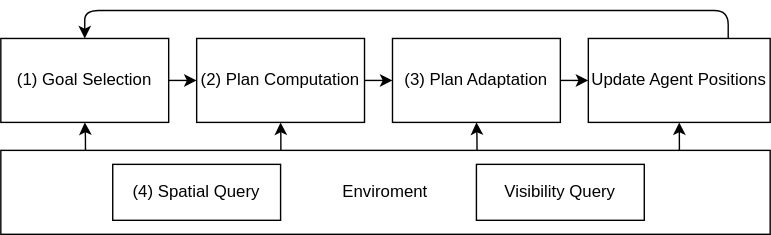
Before: img/menge_architecture.drawio.svg, a diagram exported from draw.io (Project-Mastery/thesis). Source tidied: cells renumbered, new cells last; positions are measured from the earlier drawing's top-left corner, leaving out a move shared by most shapes. The source it was exported from:
```xml
<mxGraphModel>
  <root>
    <mxCell id="0" />
    <mxCell id="1" parent="0" />
    <mxCell id="2" style="edgeStyle=none;html=1;" parent="1" edge="1" source="3" target="5">
      <mxGeometry relative="1" as="geometry" />
    </mxCell>
    <mxCell id="3" value="(1) Goal Selection" style="rounded=0;whiteSpace=wrap;html=1;" parent="1" vertex="1">
      <mxGeometry y="20" width="120" height="60" as="geometry" />
    </mxCell>
    <mxCell id="4" style="edgeStyle=none;html=1;" parent="1" edge="1" source="5" target="7">
      <mxGeometry relative="1" as="geometry" />
    </mxCell>
    <mxCell id="5" value="(2) Plan Computation" style="rounded=0;whiteSpace=wrap;html=1;" parent="1" vertex="1">
      <mxGeometry x="140" y="20" width="120" height="60" as="geometry" />
    </mxCell>
    <mxCell id="6" style="edgeStyle=none;html=1;" parent="1" edge="1" source="7" target="15">
      <mxGeometry relative="1" as="geometry" />
    </mxCell>
    <mxCell id="7" value="(3) Plan Adaptation" style="rounded=0;whiteSpace=wrap;html=1;" parent="1" vertex="1">
      <mxGeometry x="280" y="20" width="120" height="60" as="geometry" />
    </mxCell>
    <mxCell id="8" style="edgeStyle=orthogonalEdgeStyle;html=1;exitX=0.11;exitY=0.038;exitDx=0;exitDy=0;exitPerimeter=0;" parent="1" edge="1" source="12" target="3">
      <mxGeometry relative="1" as="geometry" />
    </mxCell>
    <mxCell id="9" style="edgeStyle=orthogonalEdgeStyle;html=1;exitX=0.364;exitY=0.001;exitDx=0;exitDy=0;exitPerimeter=0;" parent="1" edge="1" source="12" target="5">
      <mxGeometry relative="1" as="geometry" />
    </mxCell>
    <mxCell id="10" style="edgeStyle=orthogonalEdgeStyle;html=1;exitX=0.619;exitY=0.02;exitDx=0;exitDy=0;exitPerimeter=0;" parent="1" edge="1" source="12" target="7">
      <mxGeometry relative="1" as="geometry" />
    </mxCell>
    <mxCell id="11" style="edgeStyle=orthogonalEdgeStyle;html=1;exitX=0.882;exitY=0.01;exitDx=0;exitDy=0;exitPerimeter=0;" parent="1" edge="1" source="12" target="15">
      <mxGeometry relative="1" as="geometry" />
    </mxCell>
    <mxCell id="12" value="Enviroment" style="rounded=0;whiteSpace=wrap;html=1;" parent="1" vertex="1">
      <mxGeometry y="100" width="550" height="60" as="geometry" />
    </mxCell>
    <mxCell id="13" value="(4) Spatial Query" style="rounded=0;whiteSpace=wrap;html=1;" parent="1" vertex="1">
      <mxGeometry x="80" y="110" width="120" height="40" as="geometry" />
    </mxCell>
    <mxCell id="14" style="edgeStyle=orthogonalEdgeStyle;html=1;" parent="1" edge="1" source="15" target="3">
      <mxGeometry relative="1" as="geometry">
        <Array as="points">
          <mxPoint x="520" />
          <mxPoint x="60" />
        </Array>
      </mxGeometry>
    </mxCell>
    <mxCell id="15" value="Update Agent Positions" style="rounded=0;whiteSpace=wrap;html=1;" parent="1" vertex="1">
      <mxGeometry x="420" y="20" width="130" height="60" as="geometry" />
    </mxCell>
    <mxCell id="16" value="Visibility Query" style="rounded=0;whiteSpace=wrap;html=1;" parent="1" vertex="1">
      <mxGeometry x="340" y="110" width="120" height="40" as="geometry" />
    </mxCell>
  </root>
</mxGraphModel>
```
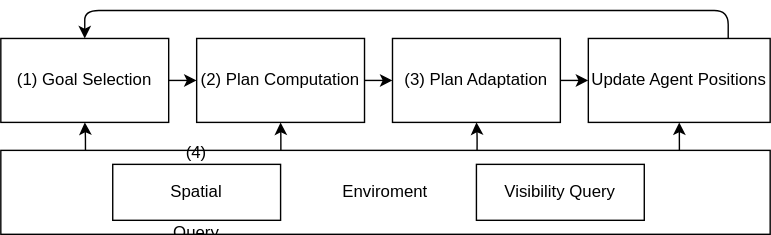
After the change.

Change to the diagram source:
```diff
@@ -35,7 +35,7 @@
     <mxCell id="12" value="Enviroment" style="rounded=0;whiteSpace=wrap;html=1;" parent="1" vertex="1">
       <mxGeometry y="100" width="550" height="60" as="geometry" />
     </mxCell>
-    <mxCell id="13" value="(4) Spatial Query" style="rounded=0;whiteSpace=wrap;html=1;" parent="1" vertex="1">
+    <mxCell id="13" value="(4)&amp;nbsp;&lt;span style=&quot;white-space-collapse: preserve;&quot;&gt;Spatial&lt;/span&gt;&amp;nbsp;Query" style="rounded=0;whiteSpace=wrap;html=1;" parent="1" vertex="1">
       <mxGeometry x="80" y="110" width="120" height="40" as="geometry" />
     </mxCell>
     <mxCell id="14" style="edgeStyle=orthogonalEdgeStyle;html=1;" parent="1" edge="1" source="15" target="3">
```
